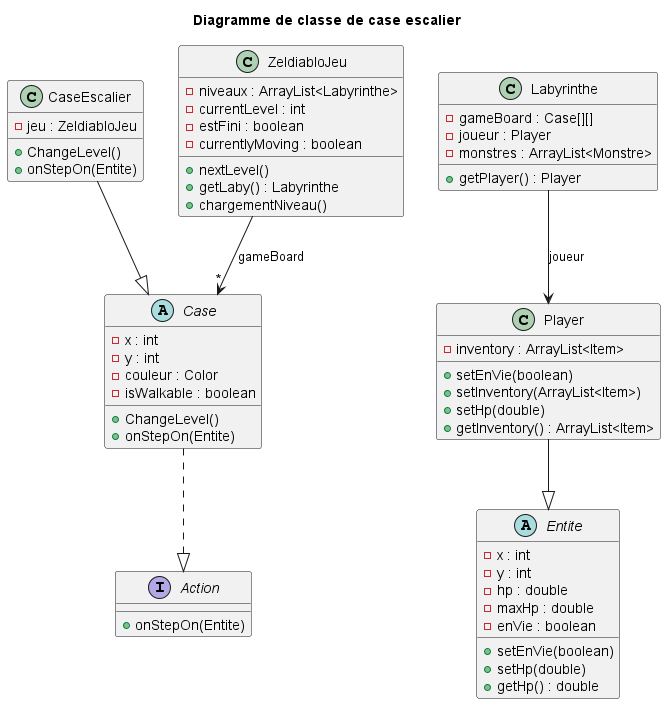
zonetecde/BUT_S2_2025_Zeldiablo_e22359u_e82916u_e77582u_e85474u keeps this PlantUML diagram as zeldiablo/documents/iteration-3/diagrammes/case-escalier/diagramme-classe-CaseEscalier.png. Above is the earlier version.
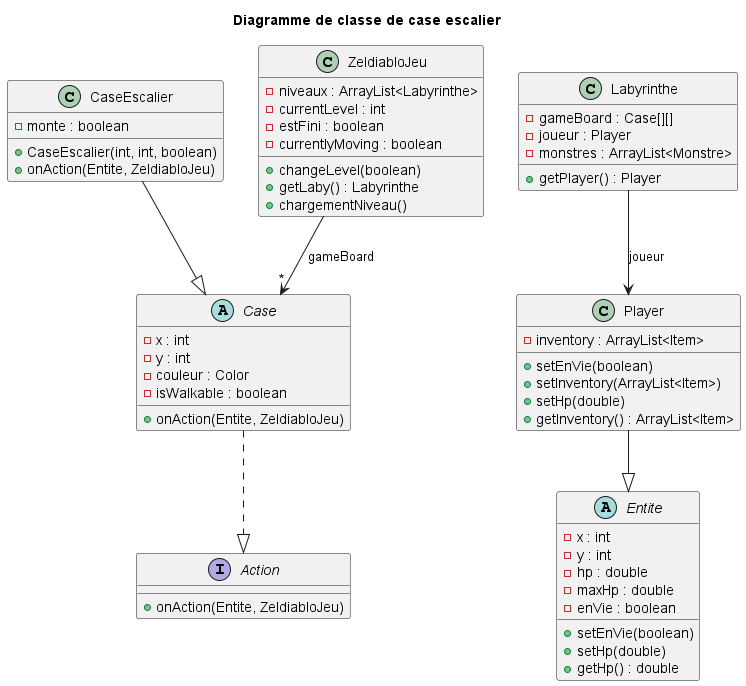
The same file after the commit.

What changed in the source:
```diff
@@ -3,7 +3,7 @@
 title Diagramme de classe de case escalier
 
 interface Action {
-  + onStepOn(Entite)
+  + onAction(Entite, ZeldiabloJeu)
 }
 
 abstract Case {
@@ -11,14 +11,13 @@
   - y : int
   - couleur : Color
   - isWalkable : boolean
-  + ChangeLevel()
-  + onStepOn(Entite)
+  + onAction(Entite, ZeldiabloJeu)
 }
 
 class CaseEscalier {
-  - jeu : ZeldiabloJeu
-  + ChangeLevel()
-  + onStepOn(Entite)
+  - monte : boolean
+  + CaseEscalier(int, int, boolean)
+  + onAction(Entite, ZeldiabloJeu)
 }
 
 class ZeldiabloJeu {
@@ -26,7 +25,7 @@
   - currentLevel : int
   - estFini : boolean
   - currentlyMoving : boolean
-  + nextLevel()
+  + changeLevel(boolean)
   + getLaby() : Labyrinthe
   + chargementNiveau()
 }
```
